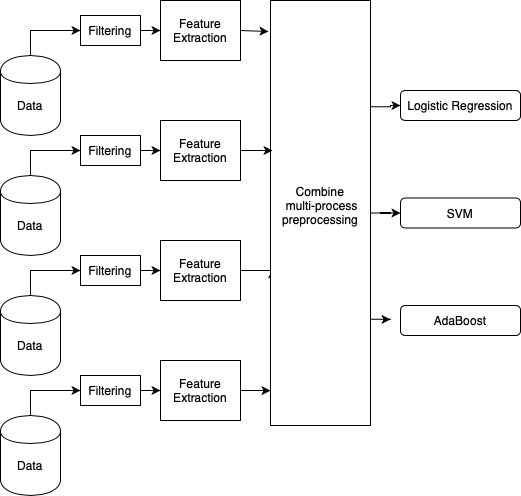
Above: tex/figures/model.png in Yiltan/Multi-Process-Ensemble-Methods (draw.io), before the change. Source tidied: cells renumbered, new cells last; positions are measured from the earlier drawing's top-left corner, leaving out a move shared by most shapes. Its diagram source:
```xml
<mxGraphModel background="#ffffff">
  <root>
    <mxCell id="0" />
    <mxCell id="1" parent="0" />
    <mxCell id="2" style="edgeStyle=orthogonalEdgeStyle;rounded=0;jettySize=auto;html=1;exitX=0.5;exitY=0;exitDx=0;exitDy=0;entryX=0;entryY=0.5;entryDx=0;entryDy=0;" parent="1" edge="1" source="3" target="4">
      <mxGeometry relative="1" as="geometry" />
    </mxCell>
    <mxCell id="3" style="shape=cylinder;whiteSpace=wrap;html=1;boundedLbl=1;backgroundOutline=1;" parent="1" vertex="1">
      <mxGeometry y="415" width="60" height="80" as="geometry" />
    </mxCell>
    <mxCell id="4" style="rounded=0;whiteSpace=wrap;html=1;" parent="1" vertex="1">
      <mxGeometry x="80" y="375" width="60" height="30" as="geometry" />
    </mxCell>
    <mxCell id="5" style="edgeStyle=orthogonalEdgeStyle;rounded=0;jettySize=auto;html=1;exitX=1;exitY=0.5;exitDx=0;exitDy=0;" parent="1" edge="1" source="4" target="8">
      <mxGeometry relative="1" as="geometry" />
    </mxCell>
    <mxCell id="6" value="Filtering" style="text;html=1;strokeColor=none;fillColor=none;align=center;verticalAlign=middle;whiteSpace=wrap;rounded=0;" parent="1" vertex="1">
      <mxGeometry x="90" y="380" width="40" height="20" as="geometry" />
    </mxCell>
    <mxCell id="7" style="edgeStyle=orthogonalEdgeStyle;rounded=0;jettySize=auto;html=1;exitX=1;exitY=0.5;exitDx=0;exitDy=0;entryX=0;entryY=0.918;entryDx=0;entryDy=0;entryPerimeter=0;" parent="1" edge="1" source="8" target="35">
      <mxGeometry relative="1" as="geometry" />
    </mxCell>
    <mxCell id="8" style="rounded=0;whiteSpace=wrap;html=1;" parent="1" vertex="1">
      <mxGeometry x="160" y="360" width="80" height="60" as="geometry" />
    </mxCell>
    <mxCell id="9" value="Feature&lt;br&gt;Extraction" style="text;html=1;strokeColor=none;fillColor=none;align=center;verticalAlign=middle;whiteSpace=wrap;rounded=0;" parent="1" vertex="1">
      <mxGeometry x="180" y="380" width="40" height="20" as="geometry" />
    </mxCell>
    <mxCell id="10" style="edgeStyle=orthogonalEdgeStyle;rounded=0;jettySize=auto;html=1;exitX=0.5;exitY=0;exitDx=0;exitDy=0;entryX=0;entryY=0.5;entryDx=0;entryDy=0;" parent="1" edge="1" source="11" target="12">
      <mxGeometry relative="1" as="geometry" />
    </mxCell>
    <mxCell id="11" style="shape=cylinder;whiteSpace=wrap;html=1;boundedLbl=1;backgroundOutline=1;" parent="1" vertex="1">
      <mxGeometry y="295" width="60" height="80" as="geometry" />
    </mxCell>
    <mxCell id="12" style="rounded=0;whiteSpace=wrap;html=1;" parent="1" vertex="1">
      <mxGeometry x="80" y="255" width="60" height="30" as="geometry" />
    </mxCell>
    <mxCell id="13" style="edgeStyle=orthogonalEdgeStyle;rounded=0;jettySize=auto;html=1;exitX=1;exitY=0.5;exitDx=0;exitDy=0;" parent="1" edge="1" source="12" target="16">
      <mxGeometry relative="1" as="geometry" />
    </mxCell>
    <mxCell id="14" value="Filtering" style="text;html=1;strokeColor=none;fillColor=none;align=center;verticalAlign=middle;whiteSpace=wrap;rounded=0;" parent="1" vertex="1">
      <mxGeometry x="90" y="260" width="40" height="20" as="geometry" />
    </mxCell>
    <mxCell id="15" style="edgeStyle=orthogonalEdgeStyle;rounded=0;jettySize=auto;html=1;exitX=1;exitY=0.5;exitDx=0;exitDy=0;entryX=-0.08;entryY=0.635;entryDx=0;entryDy=0;entryPerimeter=0;" parent="1" edge="1" source="16" target="35">
      <mxGeometry relative="1" as="geometry" />
    </mxCell>
    <mxCell id="16" style="rounded=0;whiteSpace=wrap;html=1;" parent="1" vertex="1">
      <mxGeometry x="160" y="240" width="80" height="60" as="geometry" />
    </mxCell>
    <mxCell id="17" value="Feature&lt;br&gt;Extraction" style="text;html=1;strokeColor=none;fillColor=none;align=center;verticalAlign=middle;whiteSpace=wrap;rounded=0;" parent="1" vertex="1">
      <mxGeometry x="180" y="260" width="40" height="20" as="geometry" />
    </mxCell>
    <mxCell id="18" style="edgeStyle=orthogonalEdgeStyle;rounded=0;jettySize=auto;html=1;exitX=0.5;exitY=0;exitDx=0;exitDy=0;entryX=0;entryY=0.5;entryDx=0;entryDy=0;" parent="1" edge="1" source="19" target="20">
      <mxGeometry relative="1" as="geometry" />
    </mxCell>
    <mxCell id="19" style="shape=cylinder;whiteSpace=wrap;html=1;boundedLbl=1;backgroundOutline=1;" parent="1" vertex="1">
      <mxGeometry y="175" width="60" height="80" as="geometry" />
    </mxCell>
    <mxCell id="20" style="rounded=0;whiteSpace=wrap;html=1;" parent="1" vertex="1">
      <mxGeometry x="80" y="135" width="60" height="30" as="geometry" />
    </mxCell>
    <mxCell id="21" style="edgeStyle=orthogonalEdgeStyle;rounded=0;jettySize=auto;html=1;exitX=1;exitY=0.5;exitDx=0;exitDy=0;" parent="1" edge="1" source="20" target="23">
      <mxGeometry relative="1" as="geometry" />
    </mxCell>
    <mxCell id="22" value="Filtering" style="text;html=1;strokeColor=none;fillColor=none;align=center;verticalAlign=middle;whiteSpace=wrap;rounded=0;" parent="1" vertex="1">
      <mxGeometry x="90" y="140" width="40" height="20" as="geometry" />
    </mxCell>
    <mxCell id="23" style="rounded=0;whiteSpace=wrap;html=1;" parent="1" vertex="1">
      <mxGeometry x="160" y="120" width="80" height="60" as="geometry" />
    </mxCell>
    <mxCell id="24" value="Feature&lt;br&gt;Extraction" style="text;html=1;strokeColor=none;fillColor=none;align=center;verticalAlign=middle;whiteSpace=wrap;rounded=0;" parent="1" vertex="1">
      <mxGeometry x="180" y="140" width="40" height="20" as="geometry" />
    </mxCell>
    <mxCell id="25" style="edgeStyle=orthogonalEdgeStyle;rounded=0;jettySize=auto;html=1;exitX=0.5;exitY=0;exitDx=0;exitDy=0;entryX=0;entryY=0.5;entryDx=0;entryDy=0;" parent="1" edge="1" source="26" target="27">
      <mxGeometry relative="1" as="geometry" />
    </mxCell>
    <mxCell id="26" style="shape=cylinder;whiteSpace=wrap;html=1;boundedLbl=1;backgroundOutline=1;" parent="1" vertex="1">
      <mxGeometry y="55" width="60" height="80" as="geometry" />
    </mxCell>
    <mxCell id="27" style="rounded=0;whiteSpace=wrap;html=1;" parent="1" vertex="1">
      <mxGeometry x="80" y="15" width="60" height="30" as="geometry" />
    </mxCell>
    <mxCell id="28" style="edgeStyle=orthogonalEdgeStyle;rounded=0;jettySize=auto;html=1;exitX=1;exitY=0.5;exitDx=0;exitDy=0;" parent="1" edge="1" source="27" target="30">
      <mxGeometry relative="1" as="geometry" />
    </mxCell>
    <mxCell id="29" value="Filtering" style="text;html=1;strokeColor=none;fillColor=none;align=center;verticalAlign=middle;whiteSpace=wrap;rounded=0;" parent="1" vertex="1">
      <mxGeometry x="90" y="20" width="40" height="20" as="geometry" />
    </mxCell>
    <mxCell id="30" style="rounded=0;whiteSpace=wrap;html=1;" parent="1" vertex="1">
      <mxGeometry x="160" width="80" height="60" as="geometry" />
    </mxCell>
    <mxCell id="31" value="Feature&lt;br&gt;Extraction" style="text;html=1;strokeColor=none;fillColor=none;align=center;verticalAlign=middle;whiteSpace=wrap;rounded=0;" parent="1" vertex="1">
      <mxGeometry x="180" y="20" width="40" height="20" as="geometry" />
    </mxCell>
    <mxCell id="32" style="edgeStyle=orthogonalEdgeStyle;rounded=0;jettySize=auto;html=1;exitX=1;exitY=0.5;exitDx=0;exitDy=0;" parent="1" edge="1" source="35" target="44">
      <mxGeometry relative="1" as="geometry" />
    </mxCell>
    <mxCell id="33" style="edgeStyle=orthogonalEdgeStyle;rounded=0;jettySize=auto;html=1;exitX=1;exitY=0.25;exitDx=0;exitDy=0;" parent="1" edge="1" source="35" target="43">
      <mxGeometry relative="1" as="geometry" />
    </mxCell>
    <mxCell id="34" style="edgeStyle=orthogonalEdgeStyle;rounded=0;jettySize=auto;html=1;exitX=1;exitY=0.75;exitDx=0;exitDy=0;" parent="1" edge="1" source="35">
      <mxGeometry relative="1" as="geometry">
        <mxPoint x="390" y="319" as="targetPoint" />
      </mxGeometry>
    </mxCell>
    <mxCell id="35" style="rounded=0;whiteSpace=wrap;html=1;" parent="1" vertex="1">
      <mxGeometry x="270" width="100" height="425" as="geometry" />
    </mxCell>
    <mxCell id="36" style="endArrow=classic;html=1;exitX=1;exitY=0.5;exitDx=0;exitDy=0;entryX=0.02;entryY=0.353;entryDx=0;entryDy=0;entryPerimeter=0;" parent="1" edge="1" source="23" target="35">
      <mxGeometry relative="1" as="geometry" />
    </mxCell>
    <mxCell id="37" style="endArrow=classic;html=1;exitX=1;exitY=0.5;exitDx=0;exitDy=0;" parent="1" edge="1" source="30">
      <mxGeometry relative="1" as="geometry">
        <mxPoint x="268" y="31" as="targetPoint" />
      </mxGeometry>
    </mxCell>
    <mxCell id="38" value="Combine&lt;br&gt;&amp;nbsp;multi-process&lt;br&gt;preprocessing" style="text;html=1;strokeColor=none;fillColor=none;align=center;verticalAlign=middle;whiteSpace=wrap;rounded=0;" parent="1" vertex="1">
      <mxGeometry x="285" y="120" width="70" height="170" as="geometry" />
    </mxCell>
    <mxCell id="39" value="Data" style="text;html=1;strokeColor=none;fillColor=none;align=center;verticalAlign=middle;whiteSpace=wrap;rounded=0;" parent="1" vertex="1">
      <mxGeometry x="10" y="95" width="40" height="20" as="geometry" />
    </mxCell>
    <mxCell id="40" value="Data" style="text;html=1;strokeColor=none;fillColor=none;align=center;verticalAlign=middle;whiteSpace=wrap;rounded=0;" parent="1" vertex="1">
      <mxGeometry x="10" y="215" width="40" height="20" as="geometry" />
    </mxCell>
    <mxCell id="41" value="Data" style="text;html=1;strokeColor=none;fillColor=none;align=center;verticalAlign=middle;whiteSpace=wrap;rounded=0;" parent="1" vertex="1">
      <mxGeometry x="10" y="335" width="40" height="20" as="geometry" />
    </mxCell>
    <mxCell id="42" value="Data" style="text;html=1;strokeColor=none;fillColor=none;align=center;verticalAlign=middle;whiteSpace=wrap;rounded=0;" parent="1" vertex="1">
      <mxGeometry x="10" y="455" width="40" height="20" as="geometry" />
    </mxCell>
    <mxCell id="43" style="rounded=1;whiteSpace=wrap;html=1;" parent="1" vertex="1">
      <mxGeometry x="400" y="90" width="120" height="30" as="geometry" />
    </mxCell>
    <mxCell id="44" style="rounded=1;whiteSpace=wrap;html=1;" parent="1" vertex="1">
      <mxGeometry x="400" y="197.5" width="120" height="30" as="geometry" />
    </mxCell>
    <mxCell id="45" value="AdaBoost" style="rounded=1;whiteSpace=wrap;html=1;" parent="1" vertex="1">
      <mxGeometry x="400" y="305" width="120" height="30" as="geometry" />
    </mxCell>
    <mxCell id="46" value="Logistic Regression" style="text;html=1;strokeColor=none;fillColor=none;align=center;verticalAlign=middle;whiteSpace=wrap;rounded=0;" parent="1" vertex="1">
      <mxGeometry x="400" y="80" width="120" height="50" as="geometry" />
    </mxCell>
    <mxCell id="47" value="SVM" style="text;html=1;strokeColor=none;fillColor=none;align=center;verticalAlign=middle;whiteSpace=wrap;rounded=0;" parent="1" vertex="1">
      <mxGeometry x="440" y="202.5" width="40" height="20" as="geometry" />
    </mxCell>
  </root>
</mxGraphModel>
```
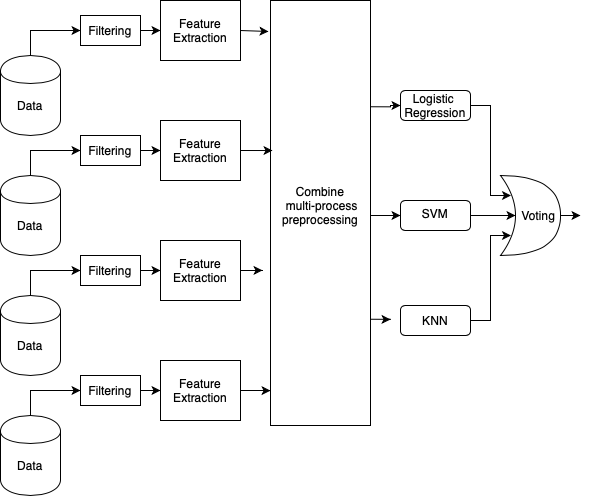
The same diagram one commit later.

Diff of the diagram source:
```diff
@@ -93,7 +93,11 @@
       <mxGeometry x="180" y="20" width="40" height="20" as="geometry" />
     </mxCell>
     <mxCell id="32" style="edgeStyle=orthogonalEdgeStyle;rounded=0;jettySize=auto;html=1;exitX=1;exitY=0.5;exitDx=0;exitDy=0;" parent="1" edge="1" source="35" target="44">
-      <mxGeometry relative="1" as="geometry" />
+      <mxGeometry relative="1" as="geometry">
+        <Array as="points">
+          <mxPoint x="370" y="215" />
+        </Array>
+      </mxGeometry>
     </mxCell>
     <mxCell id="33" style="edgeStyle=orthogonalEdgeStyle;rounded=0;jettySize=auto;html=1;exitX=1;exitY=0.25;exitDx=0;exitDy=0;" parent="1" edge="1" source="35" target="43">
       <mxGeometry relative="1" as="geometry" />
@@ -130,19 +134,53 @@
       <mxGeometry x="10" y="455" width="40" height="20" as="geometry" />
     </mxCell>
     <mxCell id="43" style="rounded=1;whiteSpace=wrap;html=1;" parent="1" vertex="1">
-      <mxGeometry x="400" y="90" width="120" height="30" as="geometry" />
+      <mxGeometry x="400" y="90" width="70" height="30" as="geometry" />
     </mxCell>
+    <mxCell id="48" style="edgeStyle=orthogonalEdgeStyle;rounded=0;jettySize=auto;html=1;exitX=1;exitY=0.5;exitDx=0;exitDy=0;entryX=0.25;entryY=0.5;entryDx=0;entryDy=0;entryPerimeter=0;" parent="1" edge="1" source="44" target="52">
+      <mxGeometry relative="1" as="geometry">
+        <Array as="points">
+          <mxPoint x="470" y="215" />
+        </Array>
+      </mxGeometry>
+    </mxCell>
     <mxCell id="44" style="rounded=1;whiteSpace=wrap;html=1;" parent="1" vertex="1">
-      <mxGeometry x="400" y="197.5" width="120" height="30" as="geometry" />
+      <mxGeometry x="400" y="200" width="70" height="30" as="geometry" />
     </mxCell>
+    <mxCell id="49" style="edgeStyle=orthogonalEdgeStyle;rounded=0;jettySize=auto;html=1;exitX=1;exitY=0.5;exitDx=0;exitDy=0;entryX=0.175;entryY=0.75;entryDx=0;entryDy=0;entryPerimeter=0;" parent="1" edge="1" source="45" target="52">
+      <mxGeometry relative="1" as="geometry">
+        <Array as="points">
+          <mxPoint x="490" y="320" />
+          <mxPoint x="490" y="235" />
+        </Array>
+      </mxGeometry>
+    </mxCell>
-    <mxCell id="45" value="AdaBoost" style="rounded=1;whiteSpace=wrap;html=1;" parent="1" vertex="1">
-      <mxGeometry x="400" y="305" width="120" height="30" as="geometry" />
+    <mxCell id="45" value="KNN" style="rounded=1;whiteSpace=wrap;html=1;" parent="1" vertex="1">
+      <mxGeometry x="400" y="305" width="70" height="30" as="geometry" />
     </mxCell>
+    <mxCell id="50" style="edgeStyle=orthogonalEdgeStyle;rounded=0;jettySize=auto;html=1;exitX=1;exitY=0.5;exitDx=0;exitDy=0;entryX=0.175;entryY=0.25;entryDx=0;entryDy=0;entryPerimeter=0;" parent="1" edge="1" source="46" target="52">
+      <mxGeometry relative="1" as="geometry">
+        <Array as="points">
+          <mxPoint x="490" y="105" />
+          <mxPoint x="490" y="195" />
+        </Array>
+      </mxGeometry>
+    </mxCell>
-    <mxCell id="46" value="Logistic Regression" style="text;html=1;strokeColor=none;fillColor=none;align=center;verticalAlign=middle;whiteSpace=wrap;rounded=0;" parent="1" vertex="1">
-      <mxGeometry x="400" y="80" width="120" height="50" as="geometry" />
+    <mxCell id="46" value="Logistic &lt;br&gt;Regression" style="text;html=1;strokeColor=none;fillColor=none;align=center;verticalAlign=middle;whiteSpace=wrap;rounded=0;" parent="1" vertex="1">
+      <mxGeometry x="400" y="80" width="70" height="50" as="geometry" />
     </mxCell>
     <mxCell id="47" value="SVM" style="text;html=1;strokeColor=none;fillColor=none;align=center;verticalAlign=middle;whiteSpace=wrap;rounded=0;" parent="1" vertex="1">
-      <mxGeometry x="440" y="202.5" width="40" height="20" as="geometry" />
+      <mxGeometry x="415" y="202.5" width="40" height="20" as="geometry" />
     </mxCell>
+    <mxCell id="51" style="edgeStyle=orthogonalEdgeStyle;rounded=0;jettySize=auto;html=1;exitX=1;exitY=0.5;exitDx=0;exitDy=0;exitPerimeter=0;" parent="1" edge="1" source="52">
+      <mxGeometry relative="1" as="geometry">
+        <mxPoint x="580" y="215" as="targetPoint" />
+      </mxGeometry>
+    </mxCell>
+    <mxCell id="52" style="shape=xor;whiteSpace=wrap;html=1;" parent="1" vertex="1">
+      <mxGeometry x="500" y="175" width="60" height="80" as="geometry" />
+    </mxCell>
+    <mxCell id="53" value="Voting&amp;nbsp;" style="text;html=1;strokeColor=none;fillColor=none;align=center;verticalAlign=middle;whiteSpace=wrap;rounded=0;" parent="1" vertex="1">
+      <mxGeometry x="520" y="205" width="40" height="20" as="geometry" />
+    </mxCell>
   </root>
 </mxGraphModel>
```
